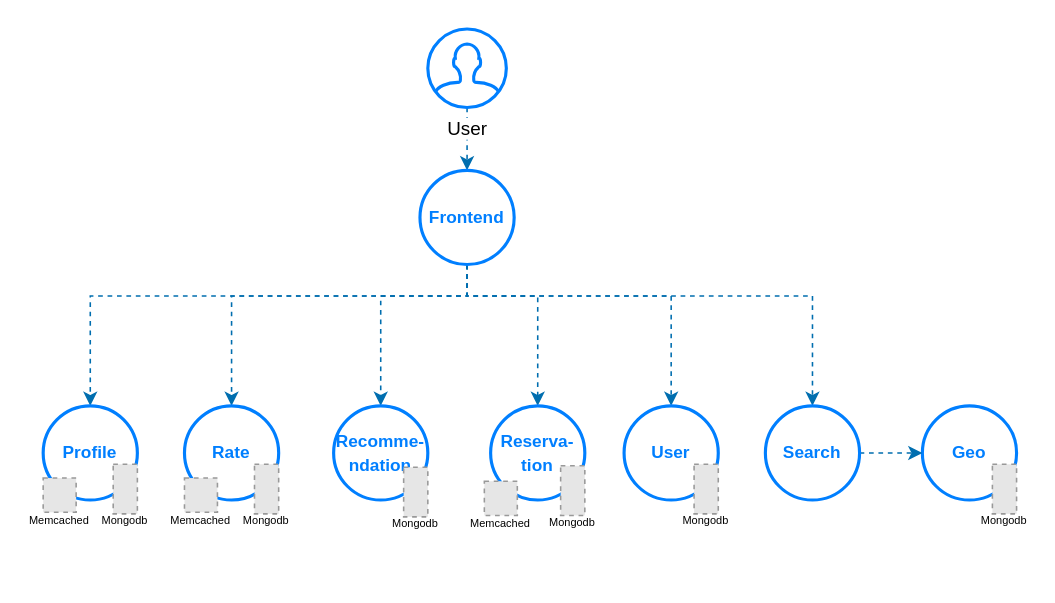
Earlier version of the draw.io diagram hotel.drawio (danielfct/master-thesis). Source tidied: cells renumbered, new cells numbered last; positions are measured from the earlier drawing's top-left corner, leaving out a move shared by most shapes. Both pictures are drawn from the tidied source at 157%, with x=0, y=0 at pixel (42, 28). Pictures stored in the file or linked from it are replaced by grey dashed boxes.
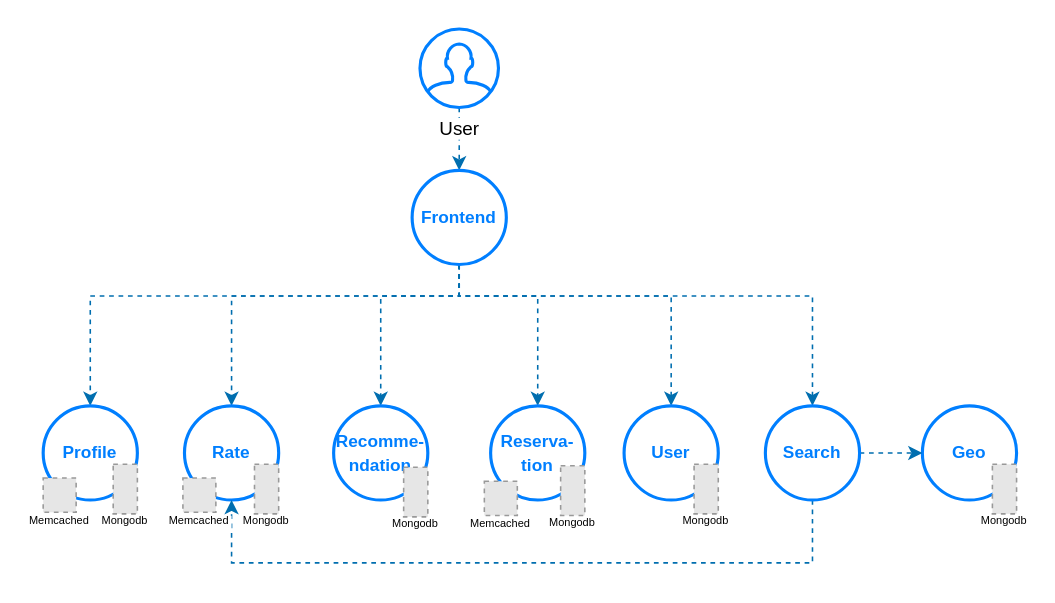
Above is the later version.

The change refers to these unchanged cells:
```xml
<mxCell id="11" value="&lt;span style=&quot;font-size: 11px&quot;&gt;&lt;b&gt;&lt;font color=&quot;#007fff&quot;&gt;Profile&lt;/font&gt;&lt;/b&gt;&lt;/span&gt;" style="ellipse;whiteSpace=wrap;html=1;strokeWidth=2;strokeColor=#007FFF;" parent="1" vertex="1">
  <mxGeometry y="240" width="60" height="60" as="geometry" />
</mxCell>
<mxCell id="13" value="&lt;span style=&quot;font-size: 11px&quot;&gt;&lt;b&gt;&lt;font color=&quot;#007fff&quot;&gt;Rate&lt;/font&gt;&lt;/b&gt;&lt;/span&gt;" style="ellipse;whiteSpace=wrap;html=1;strokeWidth=2;strokeColor=#007FFF;" parent="1" vertex="1">
  <mxGeometry x="90" y="240" width="60" height="60" as="geometry" />
</mxCell>
<mxCell id="14" value="&lt;span style=&quot;font-size: 11px&quot;&gt;&lt;b&gt;&lt;font color=&quot;#007fff&quot;&gt;Recomme-ndation&lt;/font&gt;&lt;/b&gt;&lt;/span&gt;" style="ellipse;whiteSpace=wrap;html=1;strokeWidth=2;strokeColor=#007FFF;" parent="1" vertex="1">
  <mxGeometry x="185" y="240" width="60" height="60" as="geometry" />
</mxCell>
<mxCell id="16" value="&lt;span style=&quot;font-size: 11px&quot;&gt;&lt;b&gt;&lt;font color=&quot;#007fff&quot;&gt;Search&lt;/font&gt;&lt;/b&gt;&lt;/span&gt;" style="ellipse;whiteSpace=wrap;html=1;strokeWidth=2;strokeColor=#007FFF;" parent="1" vertex="1">
  <mxGeometry x="460" y="240" width="60" height="60" as="geometry" />
</mxCell>
<mxCell id="17" value="&lt;span style=&quot;font-size: 11px&quot;&gt;&lt;b&gt;&lt;font color=&quot;#007fff&quot;&gt;User&lt;br&gt;&lt;/font&gt;&lt;/b&gt;&lt;/span&gt;" style="ellipse;whiteSpace=wrap;html=1;strokeWidth=2;strokeColor=#007FFF;" parent="1" vertex="1">
  <mxGeometry x="370" y="240" width="60" height="60" as="geometry" />
</mxCell>
<mxCell id="20" value="&lt;span style=&quot;font-size: 11px&quot;&gt;&lt;b&gt;&lt;font color=&quot;#007fff&quot;&gt;Reserva-tion&lt;/font&gt;&lt;/b&gt;&lt;/span&gt;" style="ellipse;whiteSpace=wrap;html=1;strokeWidth=2;strokeColor=#007FFF;" parent="1" vertex="1">
  <mxGeometry x="285" y="240" width="60" height="60" as="geometry" />
</mxCell>
```

What changed in the source:
```diff
@@
     <mxCell id="3" value="User" style="html=1;verticalLabelPosition=bottom;align=center;labelBackgroundColor=#ffffff;verticalAlign=top;strokeWidth=2;shadow=0;dashed=0;shape=mxgraph.ios7.icons.user;strokeColor=#007FFF;" parent="1" vertex="1">
-      <mxGeometry x="245" width="50" height="50" as="geometry" />
+      <mxGeometry x="240" width="50" height="50" as="geometry" />
     </mxCell>
     <mxCell id="4" style="edgeStyle=orthogonalEdgeStyle;rounded=0;jettySize=auto;html=1;entryX=0.5;entryY=0;entryDx=0;entryDy=0;dashed=1;fillColor=#1ba1e2;strokeColor=#006EAF;" parent="1" edge="1" source="10" target="11">
       <mxGeometry relative="1" as="geometry">
         <Array as="points">
-          <mxPoint x="270" y="170" />
+          <mxPoint x="265" y="170" />
           <mxPoint x="30" y="170" />
         </Array>
       </mxGeometry>
     </mxCell>
     <mxCell id="5" style="edgeStyle=orthogonalEdgeStyle;rounded=0;jettySize=auto;html=1;dashed=1;fillColor=#1ba1e2;strokeColor=#006EAF;" parent="1" edge="1" source="10" target="13">
       <mxGeometry relative="1" as="geometry">
         <Array as="points">
-          <mxPoint x="270" y="170" />
+          <mxPoint x="265" y="170" />
           <mxPoint x="120" y="170" />
         </Array>
       </mxGeometry>
     </mxCell>
     <mxCell id="6" style="edgeStyle=orthogonalEdgeStyle;rounded=0;jettySize=auto;html=1;entryX=0.5;entryY=0;entryDx=0;entryDy=0;dashed=1;fillColor=#1ba1e2;strokeColor=#006EAF;" parent="1" edge="1" source="10" target="14">
       <mxGeometry relative="1" as="geometry">
         <Array as="points">
-          <mxPoint x="270" y="170" />
+          <mxPoint x="265" y="170" />
           <mxPoint x="215" y="170" />
         </Array>
       </mxGeometry>
     </mxCell>
     <mxCell id="7" style="edgeStyle=orthogonalEdgeStyle;rounded=0;jettySize=auto;html=1;entryX=0.5;entryY=0;entryDx=0;entryDy=0;dashed=1;fillColor=#1ba1e2;strokeColor=#006EAF;" parent="1" edge="1" source="10" target="16">
       <mxGeometry relative="1" as="geometry">
         <Array as="points">
-          <mxPoint x="270" y="170" />
+          <mxPoint x="265" y="170" />
           <mxPoint x="490" y="170" />
         </Array>
       </mxGeometry>
     </mxCell>
     <mxCell id="8" style="edgeStyle=orthogonalEdgeStyle;rounded=0;jettySize=auto;html=1;entryX=0.5;entryY=0;entryDx=0;entryDy=0;dashed=1;fillColor=#1ba1e2;strokeColor=#006EAF;" parent="1" edge="1" source="10" target="17">
       <mxGeometry relative="1" as="geometry">
         <Array as="points">
-          <mxPoint x="270" y="170" />
+          <mxPoint x="265" y="170" />
           <mxPoint x="400" y="170" />
         </Array>
       </mxGeometry>
     </mxCell>
     <mxCell id="9" style="edgeStyle=orthogonalEdgeStyle;rounded=0;jettySize=auto;html=1;dashed=1;fillColor=#1ba1e2;strokeColor=#006EAF;" parent="1" edge="1" source="10" target="20">
       <mxGeometry relative="1" as="geometry">
         <Array as="points">
-          <mxPoint x="270" y="170" />
+          <mxPoint x="265" y="170" />
           <mxPoint x="315" y="170" />
         </Array>
       </mxGeometry>
     </mxCell>
     <mxCell id="10" value="&lt;span style=&quot;font-size: 11px&quot;&gt;&lt;b&gt;&lt;font color=&quot;#007fff&quot;&gt;Frontend&lt;/font&gt;&lt;/b&gt;&lt;/span&gt;" style="ellipse;whiteSpace=wrap;html=1;strokeWidth=2;strokeColor=#007FFF;" parent="1" vertex="1">
-      <mxGeometry x="240" y="90" width="60" height="60" as="geometry" />
+      <mxGeometry x="235" y="90" width="60" height="60" as="geometry" />
     </mxCell>
@@
+    <mxCell id="28" style="edgeStyle=orthogonalEdgeStyle;rounded=0;jettySize=auto;html=1;dashed=1;strokeColor=#006EAF;" parent="1" edge="1" source="16" target="13">
+      <mxGeometry relative="1" as="geometry">
+        <Array as="points">
+          <mxPoint x="490" y="340" />
+          <mxPoint x="120" y="340" />
+        </Array>
+      </mxGeometry>
+    </mxCell>
@@
     <mxCell id="19" value="Memcached" style="fillColor=#E6E6E6;strokeColor=#999999;dashed=1;verticalLabelPosition=bottom;labelBackgroundColor=#ffffff;verticalAlign=top;fontSize=7;spacing=-3;" parent="1" vertex="1">
-      <mxGeometry x="90" y="286" width="21" height="21.8" as="geometry" />
+      <mxGeometry x="89" y="286" width="21" height="21.8" as="geometry" />
     </mxCell>
```
